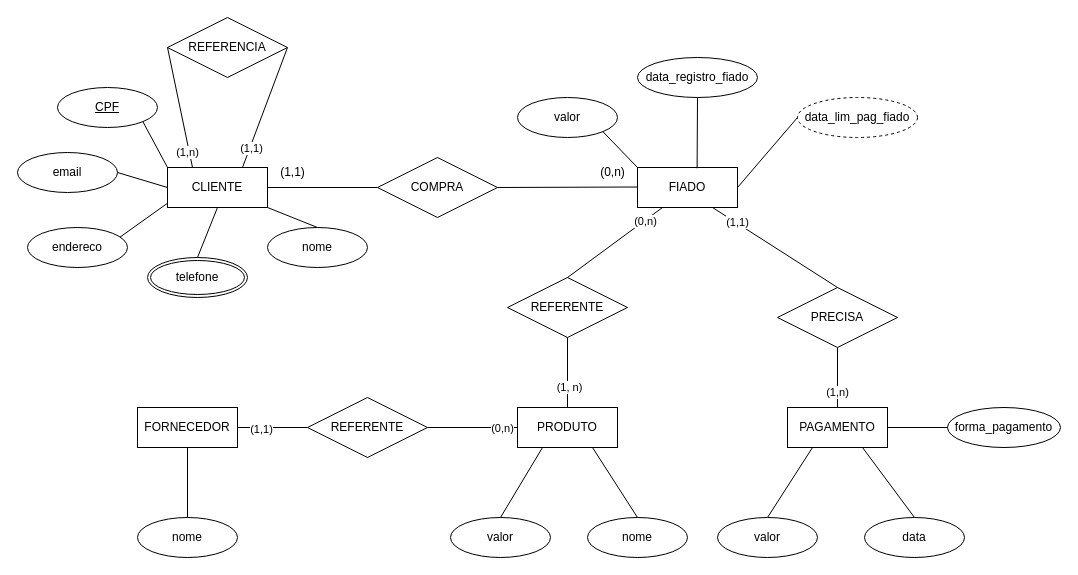
This is page "Página-1" (1 of 2) of Modelo Conceitual/Projeto.drawio from JulioLage-Alx/BancodeDados-Fiado, a draw.io file, before an edit. Source tidied: cells renumbered, new cells numbered last; positions are measured from the earlier drawing's top-left corner, leaving out a move shared by most shapes. Both pictures are drawn from the tidied source at 100%, with x=0, y=0 at pixel (17, 17).
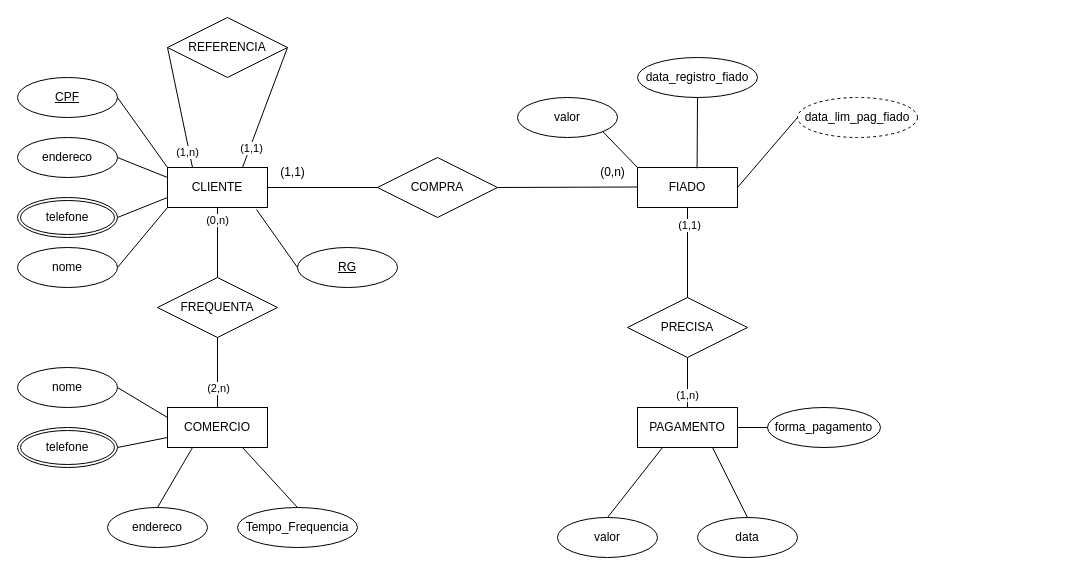
After the change.

Commit message:
Correção pós reunião

Unchanged cells that the change refers to:
```xml
<mxCell id="11" value="FIADO" style="whiteSpace=wrap;html=1;align=center;" parent="1" vertex="1">
  <mxGeometry x="620" y="150" width="100" height="40" as="geometry" />
</mxCell>
<mxCell id="33" value="CLIENTE" style="whiteSpace=wrap;html=1;align=center;" parent="1" vertex="1">
  <mxGeometry x="150" y="150" width="100" height="40" as="geometry" />
</mxCell>
```

Diff of the diagram source:
```diff
@@
     <mxCell id="3" value="PRECISA" style="shape=rhombus;perimeter=rhombusPerimeter;whiteSpace=wrap;html=1;align=center;" parent="1" vertex="1">
-      <mxGeometry x="760" y="270" width="120" height="60" as="geometry" />
+      <mxGeometry x="610" y="280" width="120" height="60" as="geometry" />
     </mxCell>
@@
-    <mxCell id="8" style="endArrow=none;html=1;rounded=0;entryX=0.75;entryY=1;entryDx=0;entryDy=0;exitX=0.5;exitY=0;exitDx=0;exitDy=0;" parent="1" edge="1" source="3" target="11">
+    <mxCell id="8" style="endArrow=none;html=1;rounded=0;entryX=0.5;entryY=1;entryDx=0;entryDy=0;exitX=0.5;exitY=0;exitDx=0;exitDy=0;" parent="1" edge="1" source="3" target="11">
       <mxGeometry relative="1" as="geometry" />
     </mxCell>
@@
     <mxCell id="12" value="PAGAMENTO" style="whiteSpace=wrap;html=1;align=center;" parent="1" vertex="1">
-      <mxGeometry x="770" y="390" width="100" height="40" as="geometry" />
+      <mxGeometry x="620" y="390" width="100" height="40" as="geometry" />
     </mxCell>
@@
     <mxCell id="22" value="&lt;u&gt;CPF&lt;/u&gt;" style="ellipse;whiteSpace=wrap;html=1;align=center;" parent="1" vertex="1">
-      <mxGeometry x="40" y="70" width="100" height="40" as="geometry" />
+      <mxGeometry y="60" width="100" height="40" as="geometry" />
     </mxCell>
-    <mxCell id="23" value="email" style="ellipse;whiteSpace=wrap;html=1;align=center;" parent="1" vertex="1">
-      <mxGeometry y="135" width="100" height="40" as="geometry" />
-    </mxCell>
-    <mxCell id="24" value="telefone" style="ellipse;shape=doubleEllipse;margin=3;whiteSpace=wrap;html=1;align=center;" parent="1" vertex="1">
-      <mxGeometry x="130" y="240" width="100" height="40" as="geometry" />
+    <mxCell id="24" value="telefone" style="ellipse;shape=doubleEllipse;margin=3;whiteSpace=wrap;html=1;align=center;direction=west;" parent="1" vertex="1">
+      <mxGeometry y="180" width="100" height="40" as="geometry" />
     </mxCell>
     <mxCell id="25" value="nome" style="ellipse;whiteSpace=wrap;html=1;align=center;" parent="1" vertex="1">
-      <mxGeometry x="250" y="210" width="100" height="40" as="geometry" />
+      <mxGeometry y="230" width="100" height="40" as="geometry" />
     </mxCell>
-    <mxCell id="26" style="endArrow=none;html=1;rounded=0;exitX=0.5;exitY=0;exitDx=0;exitDy=0;entryX=0.5;entryY=1;entryDx=0;entryDy=0;" parent="1" edge="1" source="33" target="31">
+    <mxCell id="26" style="endArrow=none;html=1;rounded=0;exitX=0;exitY=0.25;exitDx=0;exitDy=0;entryX=1;entryY=0.5;entryDx=0;entryDy=0;" parent="1" edge="1" source="33" target="31">
       <mxGeometry relative="1" as="geometry" />
     </mxCell>
-    <mxCell id="27" style="endArrow=none;html=1;rounded=0;exitX=0;exitY=0;exitDx=0;exitDy=0;entryX=1;entryY=1;entryDx=0;entryDy=0;" parent="1" edge="1" source="33" target="22">
+    <mxCell id="27" style="endArrow=none;html=1;rounded=0;exitX=0;exitY=0;exitDx=0;exitDy=0;entryX=1;entryY=0.5;entryDx=0;entryDy=0;" parent="1" edge="1" source="33" target="22">
       <mxGeometry relative="1" as="geometry" />
     </mxCell>
-    <mxCell id="28" style="endArrow=none;html=1;rounded=0;exitX=1;exitY=0.5;exitDx=0;exitDy=0;entryX=0;entryY=0.5;entryDx=0;entryDy=0;" parent="1" edge="1" source="23" target="33">
-      <mxGeometry relative="1" as="geometry" />
-    </mxCell>
-    <mxCell id="29" style="endArrow=none;html=1;rounded=0;exitX=0.5;exitY=1;exitDx=0;exitDy=0;entryX=0.5;entryY=0;entryDx=0;entryDy=0;" parent="1" edge="1" source="33" target="24">
+    <mxCell id="29" style="endArrow=none;html=1;rounded=0;exitX=0;exitY=0.75;exitDx=0;exitDy=0;entryX=0;entryY=0.5;entryDx=0;entryDy=0;" parent="1" edge="1" source="33" target="24">
       <mxGeometry relative="1" as="geometry" />
     </mxCell>
-    <mxCell id="30" style="endArrow=none;html=1;rounded=0;exitX=1;exitY=1;exitDx=0;exitDy=0;entryX=0.5;entryY=0;entryDx=0;entryDy=0;" parent="1" edge="1" source="33" target="25">
+    <mxCell id="30" style="endArrow=none;html=1;rounded=0;exitX=0;exitY=1;exitDx=0;exitDy=0;entryX=1;entryY=0.5;entryDx=0;entryDy=0;" parent="1" edge="1" source="33" target="25">
       <mxGeometry relative="1" as="geometry" />
     </mxCell>
     <mxCell id="31" value="endereco" style="ellipse;whiteSpace=wrap;html=1;align=center;" parent="1" vertex="1">
-      <mxGeometry x="10" y="210" width="100" height="40" as="geometry" />
+      <mxGeometry y="120" width="100" height="40" as="geometry" />
     </mxCell>
@@
-    <mxCell id="35" value="PRODUTO" style="whiteSpace=wrap;html=1;align=center;" parent="1" vertex="1">
-      <mxGeometry x="500" y="390" width="100" height="40" as="geometry" />
-    </mxCell>
-    <mxCell id="36" value="REFERENTE" style="shape=rhombus;perimeter=rhombusPerimeter;whiteSpace=wrap;html=1;align=center;" parent="1" vertex="1">
-      <mxGeometry x="490" y="260" width="120" height="60" as="geometry" />
-    </mxCell>
-    <mxCell id="37" style="endArrow=none;html=1;rounded=0;entryX=0.25;entryY=1;entryDx=0;entryDy=0;exitX=0.5;exitY=0;exitDx=0;exitDy=0;" parent="1" edge="1" source="36" target="11">
-      <mxGeometry relative="1" as="geometry" />
-    </mxCell>
-    <mxCell id="38" value="(0,n)" style="edgeLabel;html=1;align=center;verticalAlign=middle;" parent="37" vertex="1">
-      <mxGeometry x="0.62" y="-1" relative="1" as="geometry" />
-    </mxCell>
-    <mxCell id="39" style="endArrow=none;html=1;rounded=0;entryX=0.5;entryY=1;entryDx=0;entryDy=0;exitX=0.5;exitY=0;exitDx=0;exitDy=0;" parent="1" edge="1" source="35" target="36">
-      <mxGeometry relative="1" as="geometry" />
-    </mxCell>
-    <mxCell id="40" value="(1, n)" style="edgeLabel;html=1;align=center;verticalAlign=middle;" parent="39" vertex="1">
-      <mxGeometry x="-0.4" y="-1" relative="1" as="geometry" />
-    </mxCell>
-    <mxCell id="41" value="valor" style="ellipse;whiteSpace=wrap;html=1;align=center;" parent="1" vertex="1">
-      <mxGeometry x="433" y="500" width="100" height="40" as="geometry" />
-    </mxCell>
-    <mxCell id="42" value="nome" style="ellipse;whiteSpace=wrap;html=1;align=center;" parent="1" vertex="1">
-      <mxGeometry x="570" y="500" width="100" height="40" as="geometry" />
-    </mxCell>
-    <mxCell id="43" style="endArrow=none;html=1;rounded=0;exitX=0.5;exitY=0;exitDx=0;exitDy=0;entryX=0.25;entryY=1;entryDx=0;entryDy=0;" parent="1" edge="1" source="41" target="35">
-      <mxGeometry relative="1" as="geometry" />
-    </mxCell>
-    <mxCell id="44" style="endArrow=none;html=1;rounded=0;exitX=0.75;exitY=1;exitDx=0;exitDy=0;entryX=0.5;entryY=0;entryDx=0;entryDy=0;" parent="1" edge="1" source="35" target="42">
-      <mxGeometry relative="1" as="geometry" />
-    </mxCell>
-    <mxCell id="45" style="endArrow=none;html=1;rounded=0;entryX=0;entryY=0.5;entryDx=0;entryDy=0;exitX=1;exitY=0.5;exitDx=0;exitDy=0;" parent="1" edge="1" source="56" target="35">
-      <mxGeometry relative="1" as="geometry" />
-    </mxCell>
-    <mxCell id="46" value="(0,n)" style="edgeLabel;html=1;align=center;verticalAlign=middle;" parent="45" vertex="1">
-      <mxGeometry x="0.65" relative="1" as="geometry" />
-    </mxCell>
     <mxCell id="47" value="forma_pagamento" style="ellipse;whiteSpace=wrap;html=1;align=center;" parent="1" vertex="1">
-      <mxGeometry x="930" y="390" width="113" height="40" as="geometry" />
+      <mxGeometry x="750" y="390" width="113" height="40" as="geometry" />
     </mxCell>
@@
     <mxCell id="53" value="valor" style="ellipse;whiteSpace=wrap;html=1;align=center;" parent="1" vertex="1">
-      <mxGeometry x="700" y="500" width="100" height="40" as="geometry" />
+      <mxGeometry x="540" y="500" width="100" height="40" as="geometry" />
     </mxCell>
     <mxCell id="54" value="data" style="ellipse;whiteSpace=wrap;html=1;align=center;" parent="1" vertex="1">
-      <mxGeometry x="847" y="500" width="100" height="40" as="geometry" />
+      <mxGeometry x="680" y="500" width="100" height="40" as="geometry" />
     </mxCell>
-    <mxCell id="55" value="FORNECEDOR" style="whiteSpace=wrap;html=1;align=center;" parent="1" vertex="1">
-      <mxGeometry x="120" y="390" width="100" height="40" as="geometry" />
-    </mxCell>
-    <mxCell id="56" value="REFERENTE" style="shape=rhombus;perimeter=rhombusPerimeter;whiteSpace=wrap;html=1;align=center;" parent="1" vertex="1">
-      <mxGeometry x="290" y="380" width="120" height="60" as="geometry" />
-    </mxCell>
-    <mxCell id="57" style="endArrow=none;html=1;rounded=0;entryX=0;entryY=0.5;entryDx=0;entryDy=0;exitX=1;exitY=0.5;exitDx=0;exitDy=0;" parent="1" edge="1" source="55" target="56">
-      <mxGeometry relative="1" as="geometry" />
-    </mxCell>
-    <mxCell id="58" value="(1,1)" style="edgeLabel;html=1;align=center;verticalAlign=middle;" parent="57" vertex="1">
-      <mxGeometry x="-0.35" y="-1" relative="1" as="geometry" />
-    </mxCell>
-    <mxCell id="59" value="nome" style="ellipse;whiteSpace=wrap;html=1;align=center;" parent="1" vertex="1">
-      <mxGeometry x="120" y="500" width="100" height="40" as="geometry" />
-    </mxCell>
-    <mxCell id="60" style="endArrow=none;html=1;rounded=0;entryX=0.5;entryY=1;entryDx=0;entryDy=0;exitX=0.5;exitY=0;exitDx=0;exitDy=0;" parent="1" edge="1" source="59" target="55">
-      <mxGeometry relative="1" as="geometry" />
-    </mxCell>
+    <mxCell id="61" value="COMERCIO" style="whiteSpace=wrap;html=1;align=center;" parent="1" vertex="1">
+      <mxGeometry x="150" y="390" width="100" height="40" as="geometry" />
+    </mxCell>
+    <mxCell id="62" value="FREQUENTA" style="shape=rhombus;perimeter=rhombusPerimeter;whiteSpace=wrap;html=1;align=center;" parent="1" vertex="1">
+      <mxGeometry x="140" y="260" width="120" height="60" as="geometry" />
+    </mxCell>
+    <mxCell id="63" style="endArrow=none;html=1;rounded=0;exitX=0.5;exitY=1;exitDx=0;exitDy=0;entryX=0.5;entryY=0;entryDx=0;entryDy=0;" parent="1" edge="1" source="33" target="62">
+      <mxGeometry relative="1" as="geometry" />
+    </mxCell>
+    <mxCell id="64" value="(0,n)" style="edgeLabel;html=1;align=center;verticalAlign=middle;" parent="63" vertex="1">
+      <mxGeometry x="-0.66" y="-1" relative="1" as="geometry" />
+    </mxCell>
+    <mxCell id="65" style="endArrow=none;html=1;rounded=0;exitX=0.5;exitY=1;exitDx=0;exitDy=0;entryX=0.5;entryY=0;entryDx=0;entryDy=0;" parent="1" edge="1" source="62" target="61">
+      <mxGeometry relative="1" as="geometry" />
+    </mxCell>
+    <mxCell id="66" value="(2,n)" style="edgeLabel;html=1;align=center;verticalAlign=middle;" parent="65" vertex="1">
+      <mxGeometry x="0.43" relative="1" as="geometry" />
+    </mxCell>
+    <mxCell id="67" value="nome" style="ellipse;whiteSpace=wrap;html=1;align=center;" parent="1" vertex="1">
+      <mxGeometry y="350" width="100" height="40" as="geometry" />
+    </mxCell>
+    <mxCell id="68" value="telefone" style="ellipse;shape=doubleEllipse;margin=3;whiteSpace=wrap;html=1;align=center;direction=west;" parent="1" vertex="1">
+      <mxGeometry y="410" width="100" height="40" as="geometry" />
+    </mxCell>
+    <mxCell id="69" value="endereco" style="ellipse;whiteSpace=wrap;html=1;align=center;" parent="1" vertex="1">
+      <mxGeometry x="90" y="490" width="100" height="40" as="geometry" />
+    </mxCell>
+    <mxCell id="70" value="Tempo_Frequencia" style="ellipse;whiteSpace=wrap;html=1;align=center;" parent="1" vertex="1">
+      <mxGeometry x="220" y="490" width="120" height="40" as="geometry" />
+    </mxCell>
+    <mxCell id="71" style="endArrow=none;html=1;rounded=0;exitX=0;exitY=0.25;exitDx=0;exitDy=0;entryX=1;entryY=0.5;entryDx=0;entryDy=0;" parent="1" edge="1" source="61" target="67">
+      <mxGeometry relative="1" as="geometry" />
+    </mxCell>
+    <mxCell id="72" style="endArrow=none;html=1;rounded=0;exitX=0;exitY=0.75;exitDx=0;exitDy=0;entryX=0;entryY=0.5;entryDx=0;entryDy=0;" parent="1" edge="1" source="61" target="68">
+      <mxGeometry relative="1" as="geometry" />
+    </mxCell>
+    <mxCell id="73" style="endArrow=none;html=1;rounded=0;exitX=0.25;exitY=1;exitDx=0;exitDy=0;entryX=0.5;entryY=0;entryDx=0;entryDy=0;" parent="1" edge="1" source="61" target="69">
+      <mxGeometry relative="1" as="geometry" />
+    </mxCell>
+    <mxCell id="74" style="endArrow=none;html=1;rounded=0;exitX=0.75;exitY=1;exitDx=0;exitDy=0;entryX=0.5;entryY=0;entryDx=0;entryDy=0;" parent="1" edge="1" source="61" target="70">
+      <mxGeometry relative="1" as="geometry" />
+    </mxCell>
+    <mxCell id="75" value="&lt;u&gt;RG&lt;/u&gt;" style="ellipse;whiteSpace=wrap;html=1;align=center;" parent="1" vertex="1">
+      <mxGeometry x="280" y="230" width="100" height="40" as="geometry" />
+    </mxCell>
+    <mxCell id="76" style="endArrow=none;html=1;rounded=0;exitX=0.89;exitY=1.05;exitDx=0;exitDy=0;entryX=0;entryY=0.5;entryDx=0;entryDy=0;exitPerimeter=0;" parent="1" edge="1" source="33" target="75">
+      <mxGeometry relative="1" as="geometry" />
+    </mxCell>
```
